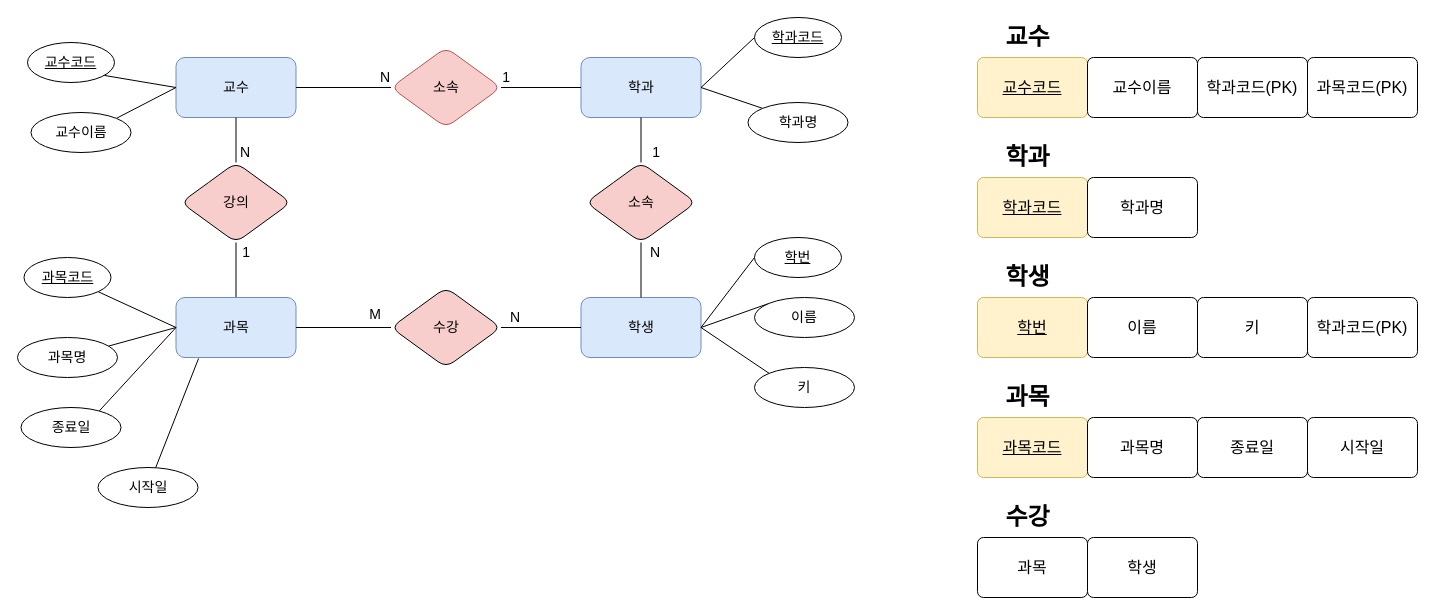
Before: 제목 없는 다이어그램.drawio in kjwane/MySQL, a draw.io diagram. Source tidied: cells renumbered, new cells numbered last; positions are measured from the earlier drawing's top-left corner, leaving out a move shared by most shapes. Both pictures are drawn from the tidied source at 100%, with x=0, y=0 at pixel (17, 17).
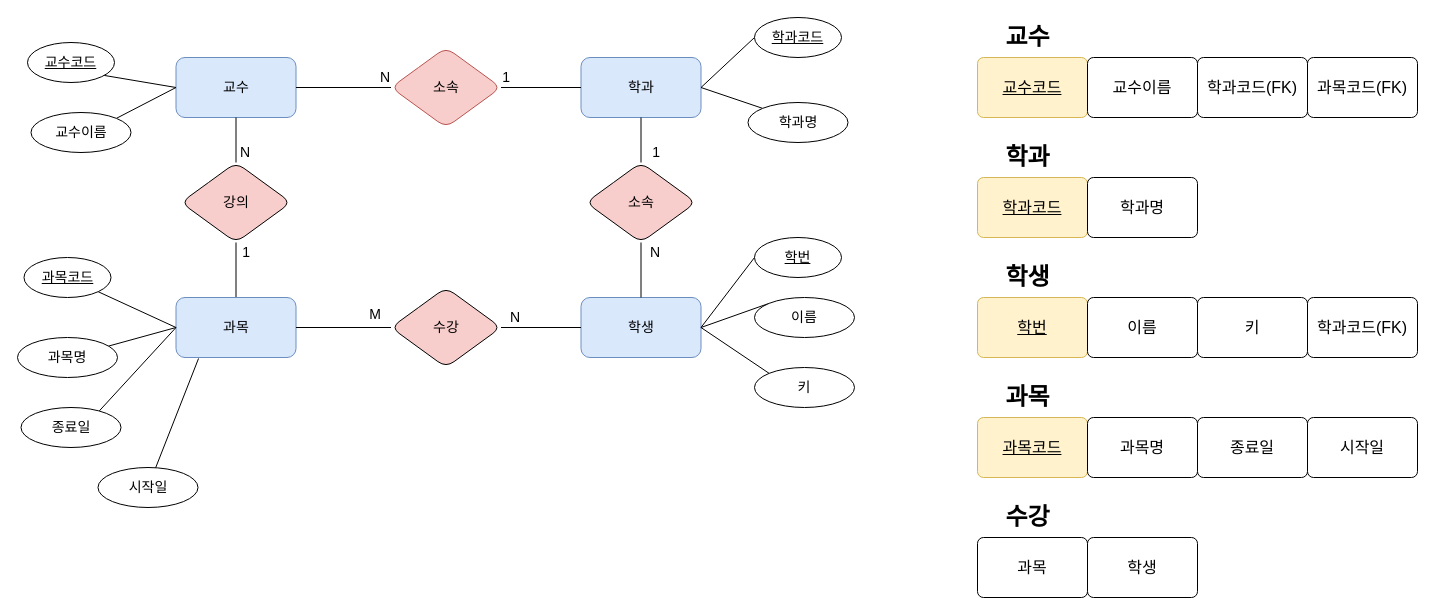
The same page after the edit.

Commit message:
제목 없는 다이어그램.drawio 업데이트

Diff of the diagram source:
```diff
@@
-    <mxCell id="63" value="학과코드(PK)" style="rounded=1;arcSize=10;whiteSpace=wrap;html=1;align=center;fontSize=16;" parent="1" vertex="1">
+    <mxCell id="63" value="학과코드(FK)" style="rounded=1;arcSize=10;whiteSpace=wrap;html=1;align=center;fontSize=16;" parent="1" vertex="1">
       <mxGeometry x="1180" y="40" width="110" height="60" as="geometry" />
     </mxCell>
-    <mxCell id="64" value="학과코드(PK)" style="rounded=1;arcSize=10;whiteSpace=wrap;html=1;align=center;fontSize=16;" parent="1" vertex="1">
+    <mxCell id="64" value="학과코드(FK)" style="rounded=1;arcSize=10;whiteSpace=wrap;html=1;align=center;fontSize=16;" parent="1" vertex="1">
       <mxGeometry x="1290" y="280" width="110" height="60" as="geometry" />
     </mxCell>
-    <mxCell id="65" value="과목코드(PK)" style="rounded=1;arcSize=10;whiteSpace=wrap;html=1;align=center;fontSize=16;" parent="1" vertex="1">
+    <mxCell id="65" value="과목코드(FK)" style="rounded=1;arcSize=10;whiteSpace=wrap;html=1;align=center;fontSize=16;" parent="1" vertex="1">
       <mxGeometry x="1290" y="40" width="110" height="60" as="geometry" />
     </mxCell>
```
